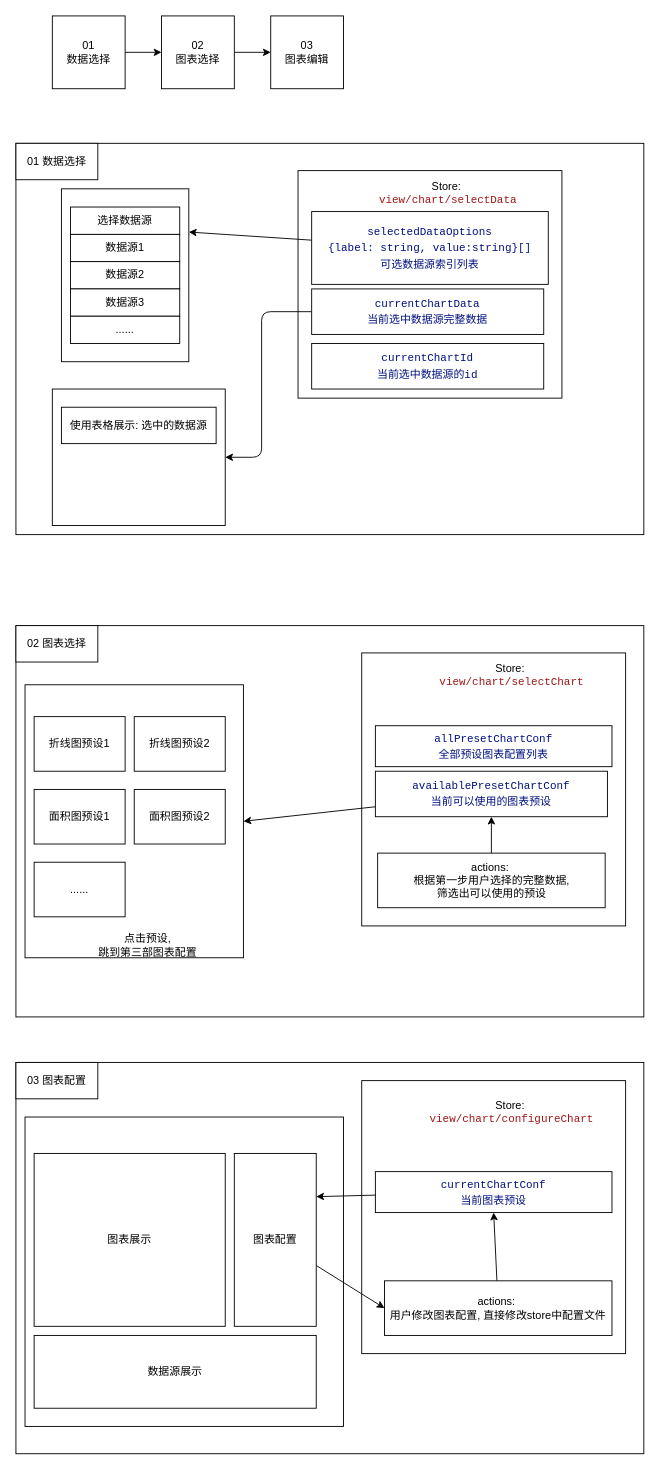
The draw.io diagram doc/图表配置模块逻辑.drawio in tsja2001/react-dashboard, before the edit. Source tidied: cells renumbered, new cells numbered last; positions are measured from the earlier drawing's top-left corner, leaving out a move shared by most shapes. Both pictures are drawn from the tidied source at 91%, with x=0, y=0 at pixel (15, 15).
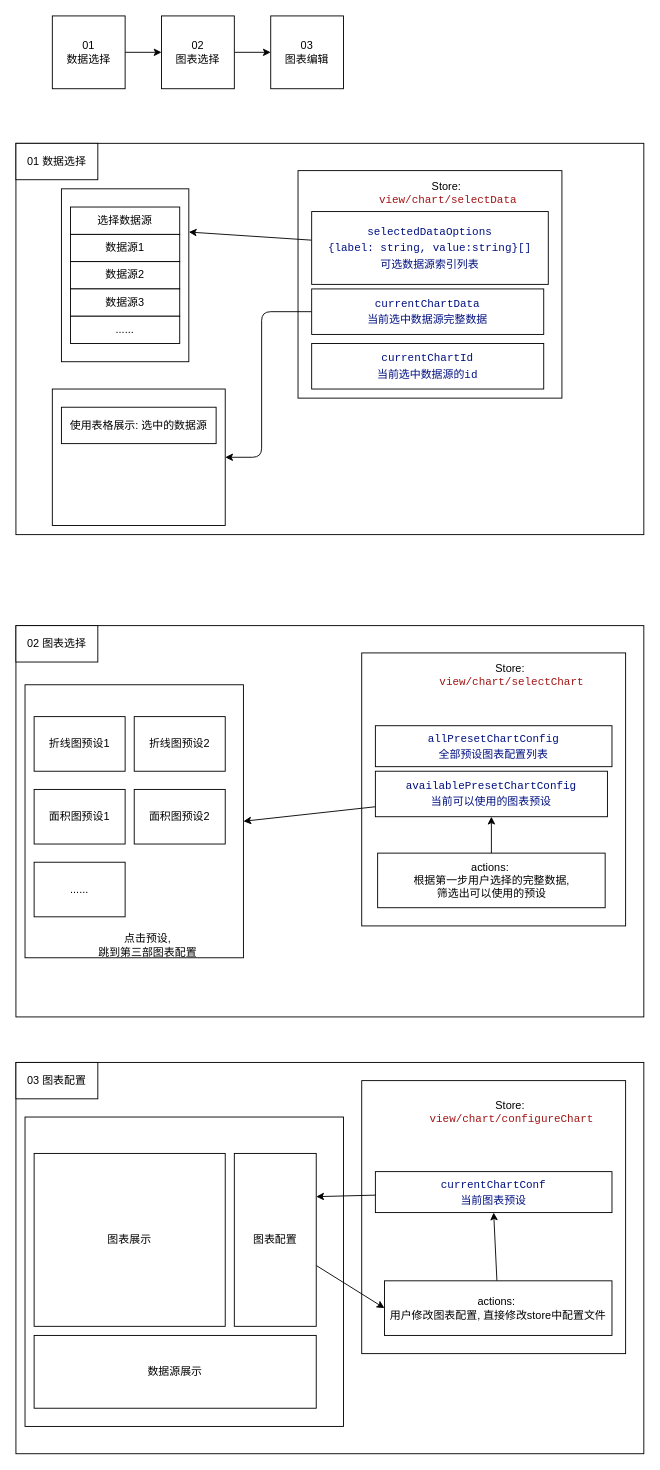
Above is the later version.

The edit, as a diff of the source:
```diff
@@
-    <mxCell id="28" value="&lt;div style=&quot;color: rgb(59, 59, 59); background-color: rgb(255, 255, 255); font-family: &amp;quot;Input Mono&amp;quot;, &amp;quot;Fira Code&amp;quot;, monospace, Menlo, Monaco, &amp;quot;Courier New&amp;quot;, monospace; line-height: 18px;&quot;&gt;&lt;div style=&quot;line-height: 18px;&quot;&gt;&lt;span style=&quot;color: #001080;&quot;&gt;allPresetChartConf&lt;/span&gt;&lt;/div&gt;&lt;/div&gt;&lt;div style=&quot;color: rgb(59, 59, 59); background-color: rgb(255, 255, 255); font-family: &amp;quot;Input Mono&amp;quot;, &amp;quot;Fira Code&amp;quot;, monospace, Menlo, Monaco, &amp;quot;Courier New&amp;quot;, monospace; line-height: 18px;&quot;&gt;&lt;span style=&quot;color: rgb(0, 16, 128);&quot;&gt;全部预设图表配置列表&lt;/span&gt;&lt;br&gt;&lt;/div&gt;" style="rounded=0;whiteSpace=wrap;html=1;" parent="1" vertex="1">
+    <mxCell id="28" value="&lt;div style=&quot;color: rgb(59, 59, 59); background-color: rgb(255, 255, 255); font-family: &amp;quot;Input Mono&amp;quot;, &amp;quot;Fira Code&amp;quot;, monospace, Menlo, Monaco, &amp;quot;Courier New&amp;quot;, monospace; line-height: 18px;&quot;&gt;&lt;div style=&quot;line-height: 18px;&quot;&gt;&lt;span style=&quot;color: #001080;&quot;&gt;allPresetChartConfig&lt;/span&gt;&lt;/div&gt;&lt;/div&gt;&lt;div style=&quot;color: rgb(59, 59, 59); background-color: rgb(255, 255, 255); font-family: &amp;quot;Input Mono&amp;quot;, &amp;quot;Fira Code&amp;quot;, monospace, Menlo, Monaco, &amp;quot;Courier New&amp;quot;, monospace; line-height: 18px;&quot;&gt;&lt;span style=&quot;color: rgb(0, 16, 128);&quot;&gt;全部预设图表配置列表&lt;/span&gt;&lt;br&gt;&lt;/div&gt;" style="rounded=0;whiteSpace=wrap;html=1;" parent="1" vertex="1">
       <mxGeometry x="395" y="780" width="260" height="45" as="geometry" />
     </mxCell>
@@
-    <mxCell id="30" value="&lt;div style=&quot;background-color: rgb(255, 255, 255); font-family: &amp;quot;Input Mono&amp;quot;, &amp;quot;Fira Code&amp;quot;, monospace, Menlo, Monaco, &amp;quot;Courier New&amp;quot;, monospace; line-height: 18px;&quot;&gt;&lt;div style=&quot;color: rgb(59, 59, 59); line-height: 18px;&quot;&gt;&lt;div style=&quot;line-height: 18px;&quot;&gt;&lt;span style=&quot;color: #001080;&quot;&gt;available&lt;/span&gt;&lt;span style=&quot;color: rgb(0, 16, 128);&quot;&gt;PresetChartConf&lt;/span&gt;&lt;/div&gt;&lt;div style=&quot;line-height: 18px;&quot;&gt;&lt;span style=&quot;color: rgb(0, 16, 128);&quot;&gt;当前可以使用的图表预设&lt;/span&gt;&lt;/div&gt;&lt;/div&gt;&lt;/div&gt;" style="rounded=0;whiteSpace=wrap;html=1;" parent="1" vertex="1">
+    <mxCell id="30" value="&lt;div style=&quot;background-color: rgb(255, 255, 255); font-family: &amp;quot;Input Mono&amp;quot;, &amp;quot;Fira Code&amp;quot;, monospace, Menlo, Monaco, &amp;quot;Courier New&amp;quot;, monospace; line-height: 18px;&quot;&gt;&lt;div style=&quot;color: rgb(59, 59, 59); line-height: 18px;&quot;&gt;&lt;div style=&quot;line-height: 18px;&quot;&gt;&lt;span style=&quot;color: #001080;&quot;&gt;available&lt;/span&gt;&lt;span style=&quot;color: rgb(0, 16, 128);&quot;&gt;PresetChart&lt;/span&gt;&lt;span style=&quot;color: rgb(0, 16, 128);&quot;&gt;Config&lt;/span&gt;&lt;/div&gt;&lt;div style=&quot;line-height: 18px;&quot;&gt;&lt;span style=&quot;color: rgb(0, 16, 128);&quot;&gt;当前可以使用的图表预设&lt;/span&gt;&lt;/div&gt;&lt;/div&gt;&lt;/div&gt;" style="rounded=0;whiteSpace=wrap;html=1;" parent="1" vertex="1">
       <mxGeometry x="395" y="830" width="255" height="50" as="geometry" />
     </mxCell>
```
